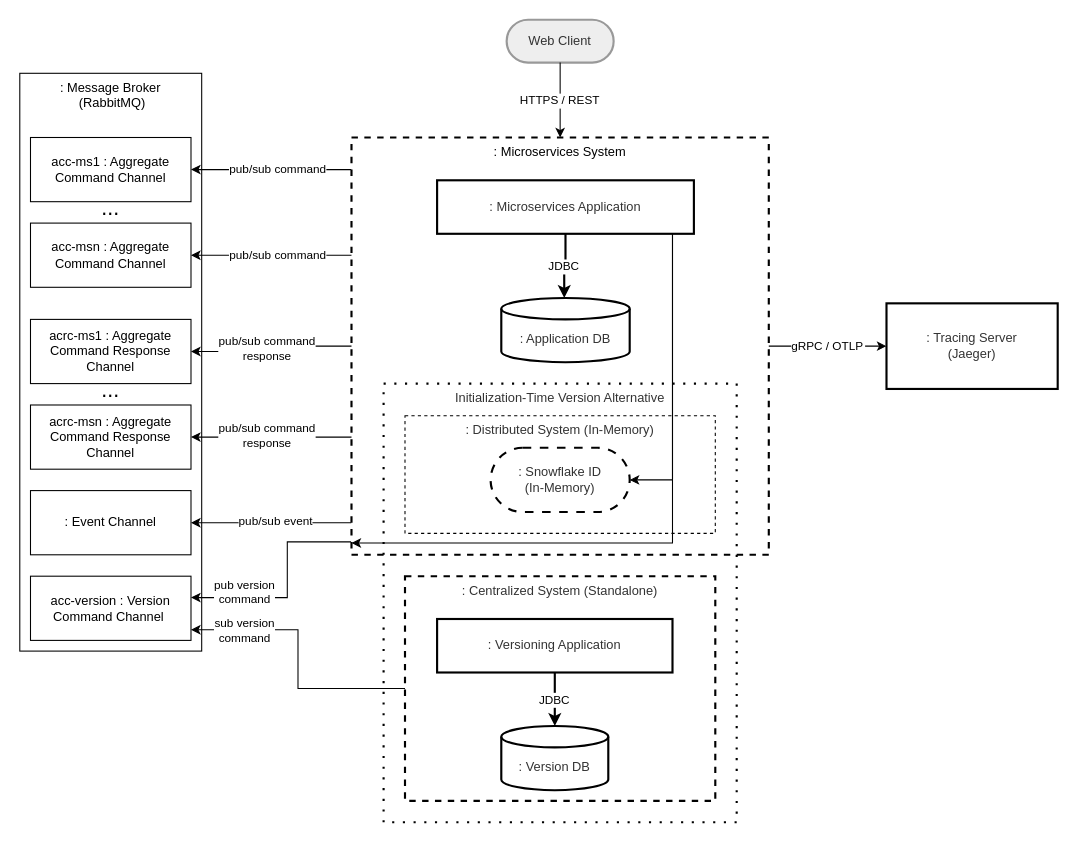
The draw.io diagram data/figs/architecture/topology_stream.drawio in socialsoftware/microservices-simulator, before the edit. Source tidied: cells renumbered, new cells numbered last; positions are measured from the earlier drawing's top-left corner, leaving out a move shared by most shapes. Both pictures are drawn from the tidied source at 107%, with x=0, y=0 at pixel (19, 19).
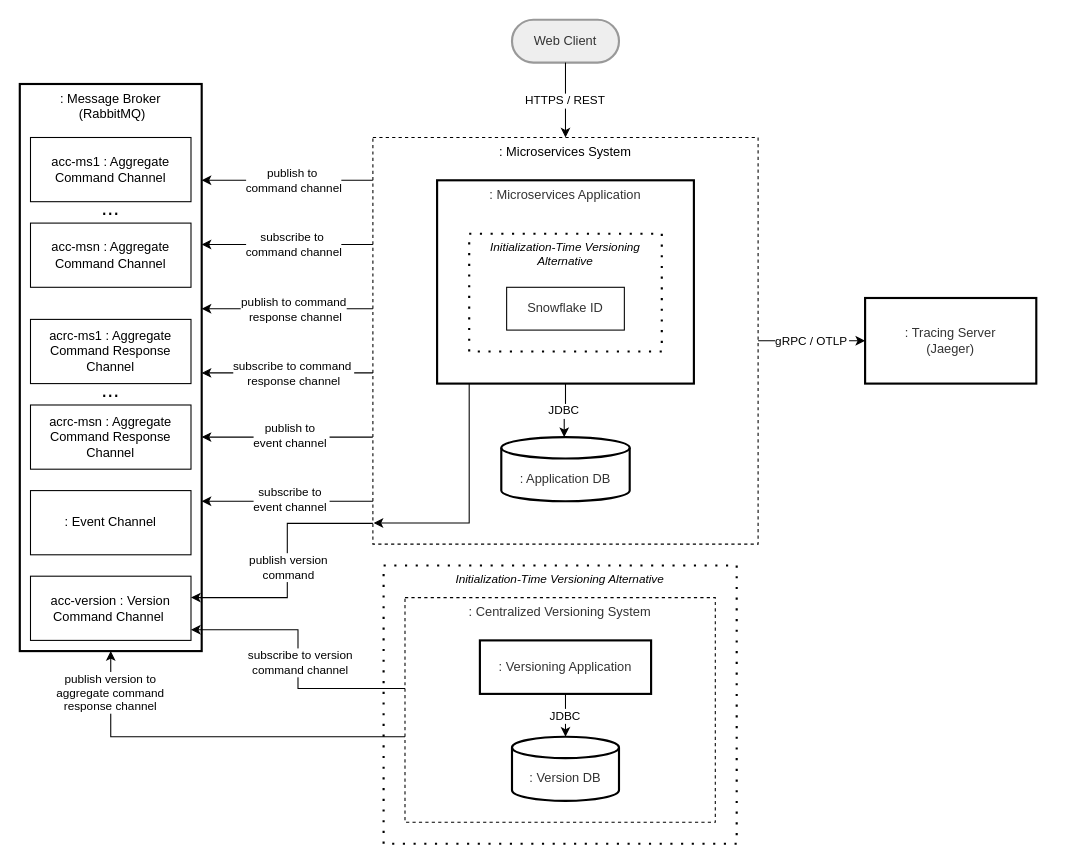
The same diagram, later.

Unchanged cells that the change refers to:
```xml
<mxCell id="10" style="edgeStyle=orthogonalEdgeStyle;rounded=0;jettySize=auto;html=1;endArrow=classic;endFill=1;" parent="1" edge="1" source="12" target="27">
  <mxGeometry relative="1" as="geometry">
    <Array as="points">
      <mxPoint x="260" y="625" />
      <mxPoint x="260" y="570" />
    </Array>
  </mxGeometry>
</mxCell>
<mxCell id="25" value="acc-ms1 : Aggregate Command Channel" style="whiteSpace=wrap;html=1;" parent="1" vertex="1">
  <mxGeometry x="10" y="110" width="150" height="60" as="geometry" />
</mxCell>
<mxCell id="26" value="acrc-ms1 : Aggregate Command Response Channel" style="whiteSpace=wrap;html=1;" parent="1" vertex="1">
  <mxGeometry x="10" y="280" width="150" height="60" as="geometry" />
</mxCell>
<mxCell id="27" value="acc-version : Version&lt;div&gt;&lt;span style=&quot;background-color: transparent; color: light-dark(rgb(0, 0, 0), rgb(255, 255, 255));&quot;&gt;Command Channel&amp;nbsp;&lt;/span&gt;&lt;/div&gt;" style="whiteSpace=wrap;html=1;" parent="1" vertex="1">
  <mxGeometry x="10" y="520" width="150" height="60" as="geometry" />
</mxCell>
<mxCell id="28" value=": Event Channel" style="whiteSpace=wrap;html=1;" parent="1" vertex="1">
  <mxGeometry x="10" y="440" width="150" height="60" as="geometry" />
</mxCell>
<mxCell id="29" value="acc-msn : Aggregate Command Channel" style="whiteSpace=wrap;html=1;" parent="1" vertex="1">
  <mxGeometry x="10" y="190" width="150" height="60" as="geometry" />
</mxCell>
<mxCell id="32" value="acrc-msn : Aggregate Command Response Channel" style="whiteSpace=wrap;html=1;" parent="1" vertex="1">
  <mxGeometry x="10" y="360" width="150" height="60" as="geometry" />
</mxCell>
```

What changed in the source:
```diff
@@
-<mxGraphModel>
+<mxGraphModel background="#ffffff">
@@
+    <mxCell id="43" value="Initialization-Time Versioning Alternative" style="whiteSpace=wrap;strokeWidth=2;dashed=1;verticalAlign=top;dashPattern=1 4;fontStyle=2;fontSize=11;" parent="1" vertex="1">
+      <mxGeometry x="340" y="510" width="330" height="260" as="geometry" />
+    </mxCell>
-    <mxCell id="2" value=": Message Broker&lt;div&gt;&amp;nbsp;(RabbitMQ)&lt;/div&gt;" style="whiteSpace=wrap;html=1;verticalAlign=top;" parent="1" vertex="1">
-      <mxGeometry y="50" width="170" height="540" as="geometry" />
+    <mxCell id="2" value=": Message Broker&lt;div&gt;&amp;nbsp;(RabbitMQ)&lt;/div&gt;" style="whiteSpace=wrap;html=1;verticalAlign=top;strokeWidth=2;" parent="1" vertex="1">
+      <mxGeometry y="60" width="170" height="530" as="geometry" />
     </mxCell>
-    <mxCell id="3" style="edgeStyle=orthogonalEdgeStyle;rounded=0;jettySize=auto;html=1;endArrow=classic;endFill=1;" parent="1" edge="1" source="7" target="25">
+    <mxCell id="3" style="edgeStyle=orthogonalEdgeStyle;rounded=0;jettySize=auto;html=1;endArrow=classic;endFill=1;" parent="1" edge="1" source="7" target="2">
       <mxGeometry relative="1" as="geometry">
         <Array as="points">
-          <mxPoint x="290" y="140" />
-          <mxPoint x="290" y="140" />
+          <mxPoint x="200" y="150" />
+          <mxPoint x="200" y="150" />
         </Array>
       </mxGeometry>
     </mxCell>
-    <mxCell id="4" value="pub/sub command" style="edgeLabel;html=1;align=center;verticalAlign=middle;" parent="3" vertex="1">
+    <mxCell id="4" value="publish to&amp;nbsp;&lt;div&gt;command channel&lt;/div&gt;" style="edgeLabel;html=1;align=center;verticalAlign=middle;" parent="3" vertex="1">
       <mxGeometry relative="1" as="geometry">
         <mxPoint x="5" y="-1" as="offset" />
       </mxGeometry>
     </mxCell>
-    <mxCell id="5" style="edgeStyle=orthogonalEdgeStyle;rounded=0;jettySize=auto;html=1;endArrow=classic;endFill=1;" parent="1" edge="1" source="7" target="28">
+    <mxCell id="5" style="edgeStyle=orthogonalEdgeStyle;rounded=0;jettySize=auto;html=1;endArrow=classic;endFill=1;" parent="1" edge="1" source="7" target="2">
       <mxGeometry relative="1" as="geometry">
         <Array as="points">
-          <mxPoint x="290" y="470" />
-          <mxPoint x="290" y="470" />
+          <mxPoint x="250" y="390" />
+          <mxPoint x="250" y="390" />
         </Array>
       </mxGeometry>
     </mxCell>
-    <mxCell id="6" value="pub/sub event" style="edgeLabel;html=1;align=center;verticalAlign=middle;" parent="5" vertex="1">
+    <mxCell id="6" value="publish to&amp;nbsp;&lt;div&gt;event channel&amp;nbsp;&lt;/div&gt;" style="edgeLabel;html=1;align=center;verticalAlign=middle;" parent="5" vertex="1">
       <mxGeometry x="0.13" y="-2" relative="1" as="geometry">
         <mxPoint x="13" as="offset" />
       </mxGeometry>
     </mxCell>
-    <mxCell id="7" value=": Microservices System" style="whiteSpace=wrap;strokeWidth=2;verticalAlign=top;dashed=1;" parent="1" vertex="1">
-      <mxGeometry x="310" y="110" width="390" height="390" as="geometry" />
+    <mxCell id="7" value=": Microservices System" style="whiteSpace=wrap;strokeWidth=1;verticalAlign=top;dashed=1;" parent="1" vertex="1">
+      <mxGeometry x="330" y="110" width="360" height="380" as="geometry" />
     </mxCell>
-    <mxCell id="8" value="Initialization-Time Version Alternative" style="whiteSpace=wrap;strokeWidth=2;fillColor=none;strokeColor=#000000;fontColor=light-dark(#333333,#cccccc);dashed=1;verticalAlign=top;dashPattern=1 4;" parent="1" vertex="1">
-      <mxGeometry x="340" y="340" width="330" height="410" as="geometry" />
-    </mxCell>
-    <mxCell id="9" value=": Distributed System (In-Memory)" style="whiteSpace=wrap;strokeWidth=1;verticalAlign=top;fillColor=none;strokeColor=#000000;fontColor=light-dark(#333333,#cccccc);dashed=1;dashPattern=3 3;" parent="1" vertex="1">
-      <mxGeometry x="360" y="370" width="290" height="110" as="geometry" />
-    </mxCell>
@@
-    <mxCell id="11" value="sub version&lt;div&gt;command&lt;/div&gt;" style="edgeLabel;html=1;align=center;verticalAlign=middle;" parent="10" vertex="1">
+    <mxCell id="11" value="subscribe to version&lt;div&gt;command channel&lt;/div&gt;" style="edgeLabel;html=1;align=center;verticalAlign=middle;" parent="10" vertex="1">
       <mxGeometry x="0.65" y="-3" relative="1" as="geometry">
-        <mxPoint x="4" y="3" as="offset" />
+        <mxPoint x="56" y="33" as="offset" />
       </mxGeometry>
     </mxCell>
+    <mxCell id="44" style="edgeStyle=orthogonalEdgeStyle;rounded=0;jettySize=auto;html=1;" parent="1" edge="1" source="12" target="2">
+      <mxGeometry relative="1" as="geometry">
+        <Array as="points">
+          <mxPoint x="85" y="670" />
+        </Array>
+      </mxGeometry>
+    </mxCell>
+    <mxCell id="45" value="publish version to&amp;nbsp;&lt;div&gt;aggregate command&amp;nbsp;&lt;/div&gt;&lt;div&gt;response channel&amp;nbsp;&lt;/div&gt;" style="edgeLabel;html=1;align=center;verticalAlign=middle;" parent="44" vertex="1">
+      <mxGeometry x="0.84" relative="1" as="geometry">
+        <mxPoint y="10" as="offset" />
+      </mxGeometry>
+    </mxCell>
-    <mxCell id="12" value=": Centralized System (Standalone)" style="whiteSpace=wrap;strokeWidth=2;verticalAlign=top;fillColor=default;strokeColor=#000000;fontColor=light-dark(#333333,#cccccc);dashed=1;dashPattern=3 3;" parent="1" vertex="1">
-      <mxGeometry x="360" y="520" width="290" height="210" as="geometry" />
+    <mxCell id="12" value=": Centralized Versioning System" style="whiteSpace=wrap;strokeWidth=1;verticalAlign=top;fillColor=default;strokeColor=#000000;fontColor=light-dark(#333333,#cccccc);dashed=1;dashPattern=3 3;" parent="1" vertex="1">
+      <mxGeometry x="360" y="540" width="290" height="210" as="geometry" />
     </mxCell>
     <mxCell id="13" value="Web Client" style="rounded=1;whiteSpace=wrap;arcSize=50;strokeWidth=2;fillColor=light-dark(#eeeeee,#1f2020);strokeColor=light-dark(#999999,#cccccc);fontColor=light-dark(#333333,#cccccc);" parent="1" vertex="1">
-      <mxGeometry x="455" width="100" height="40" as="geometry" />
+      <mxGeometry x="460" width="100" height="40" as="geometry" />
     </mxCell>
-    <mxCell id="14" value=": Snowflake ID&#10;(In-Memory)" style="rounded=1;whiteSpace=wrap;arcSize=50;strokeWidth=2;fillColor=#ffffff;strokeColor=#000000;fontColor=light-dark(#333333,#cccccc);dashed=1;dashPattern=4 4;" parent="1" vertex="1">
-      <mxGeometry x="440" y="400" width="130" height="60" as="geometry" />
-    </mxCell>
     <mxCell id="15" value=": Tracing Server&#10;(Jaeger)" style="whiteSpace=wrap;strokeWidth=2;fillColor=#ffffff;strokeColor=#000000;fontColor=light-dark(#333333,#cccccc);" parent="1" vertex="1">
-      <mxGeometry x="810" y="265" width="160" height="80" as="geometry" />
+      <mxGeometry x="790" y="260" width="160" height="80" as="geometry" />
     </mxCell>
@@
     <mxCell id="18" value=": Versioning Application" style="whiteSpace=wrap;strokeWidth=2;fillColor=#ffffff;strokeColor=#000000;fontColor=light-dark(#333333,#cccccc);" parent="1" vertex="1">
-      <mxGeometry x="390" y="560" width="220" height="50" as="geometry" />
+      <mxGeometry x="430" y="580" width="160" height="50" as="geometry" />
     </mxCell>
     <mxCell id="19" value=": Version DB" style="shape=cylinder3;boundedLbl=1;backgroundOutline=1;size=10;strokeWidth=2;whiteSpace=wrap;fillColor=#ffffff;strokeColor=#000000;fontColor=light-dark(#333333,#cccccc);" parent="1" vertex="1">
-      <mxGeometry x="450" y="660" width="100" height="60" as="geometry" />
+      <mxGeometry x="460" y="670" width="100" height="60" as="geometry" />
     </mxCell>
-    <mxCell id="20" value="JDBC" style="startArrow=none;endArrow=classic;strokeWidth=2;exitX=0.5;exitY=0.99;entryX=0.5;entryY=-0.01;rounded=0;edgeStyle=orthogonalEdgeStyle;endFill=1;" parent="1" edge="1" source="18" target="19">
+    <mxCell id="20" value="JDBC" style="startArrow=none;endArrow=classic;strokeWidth=1;exitX=0.5;exitY=0.99;entryX=0.5;entryY=-0.01;rounded=0;edgeStyle=orthogonalEdgeStyle;endFill=1;" parent="1" edge="1" source="18" target="19">
       <mxGeometry relative="1" as="geometry" />
     </mxCell>
-    <mxCell id="21" style="edgeStyle=orthogonalEdgeStyle;rounded=0;jettySize=auto;html=1;endArrow=classic;endFill=1;" parent="1" edge="1" source="22" target="14">
-      <mxGeometry relative="1" as="geometry">
-        <Array as="points">
-          <mxPoint x="610" y="430" />
-        </Array>
-      </mxGeometry>
-    </mxCell>
-    <mxCell id="22" value=": Microservices Application" style="whiteSpace=wrap;strokeWidth=2;fillColor=#ffffff;strokeColor=#000000;fontColor=light-dark(#333333,#cccccc);" parent="1" vertex="1">
-      <mxGeometry x="390" y="150" width="240" height="50" as="geometry" />
+    <mxCell id="22" value=": Microservices Application" style="whiteSpace=wrap;strokeWidth=2;fillColor=#ffffff;strokeColor=#000000;fontColor=light-dark(#333333,#cccccc);verticalAlign=top;" parent="1" vertex="1">
+      <mxGeometry x="390" y="150" width="240" height="190" as="geometry" />
     </mxCell>
     <mxCell id="23" value=": Application DB" style="shape=cylinder3;boundedLbl=1;backgroundOutline=1;size=10;strokeWidth=2;whiteSpace=wrap;fillColor=#ffffff;strokeColor=#000000;fontColor=light-dark(#333333,#cccccc);" parent="1" vertex="1">
-      <mxGeometry x="450" y="260" width="120" height="60" as="geometry" />
+      <mxGeometry x="450" y="390" width="120" height="60" as="geometry" />
     </mxCell>
-    <mxCell id="24" value="JDBC" style="startArrow=none;endArrow=classic;strokeWidth=2;exitX=0.5;exitY=0.99;entryX=0.49;entryY=-0.01;rounded=0;edgeStyle=orthogonalEdgeStyle;endFill=1;" parent="1" edge="1" source="22" target="23">
+    <mxCell id="24" value="JDBC" style="startArrow=none;endArrow=classic;strokeWidth=1;exitX=0.5;exitY=0.99;entryX=0.49;entryY=-0.01;rounded=0;edgeStyle=orthogonalEdgeStyle;endFill=1;" parent="1" edge="1" source="22" target="23">
       <mxGeometry relative="1" as="geometry" />
     </mxCell>
@@
-    <mxCell id="31" style="edgeStyle=orthogonalEdgeStyle;rounded=0;jettySize=auto;html=1;endArrow=classic;endFill=1;" parent="1" edge="1" source="22">
+    <mxCell id="31" style="edgeStyle=orthogonalEdgeStyle;rounded=0;jettySize=auto;html=1;endArrow=classic;endFill=1;entryX=0.002;entryY=0.948;entryDx=0;entryDy=0;entryPerimeter=0;" parent="1" edge="1" source="22" target="7">
       <mxGeometry relative="1" as="geometry">
-        <mxPoint x="310" y="489" as="targetPoint" />
         <Array as="points">
-          <mxPoint x="610" y="489" />
+          <mxPoint x="420" y="470" />
         </Array>
       </mxGeometry>
     </mxCell>
@@
-    <mxCell id="35" style="edgeStyle=orthogonalEdgeStyle;rounded=0;jettySize=auto;html=1;endArrow=classic;endFill=1;" parent="1" edge="1" source="7" target="26">
-      <mxGeometry relative="1" as="geometry" />
+    <mxCell id="35" style="edgeStyle=orthogonalEdgeStyle;rounded=0;jettySize=auto;html=1;endArrow=classic;endFill=1;" parent="1" edge="1" source="7" target="2">
+      <mxGeometry relative="1" as="geometry">
+        <Array as="points">
+          <mxPoint x="250" y="270" />
+          <mxPoint x="250" y="270" />
+        </Array>
+      </mxGeometry>
     </mxCell>
-    <mxCell id="36" value="pub/sub command&lt;div&gt;response&lt;/div&gt;" style="edgeLabel;html=1;align=center;verticalAlign=middle;" parent="35" vertex="1">
+    <mxCell id="36" value="publish to command&lt;div&gt;&amp;nbsp;response channel&lt;/div&gt;" style="edgeLabel;html=1;align=center;verticalAlign=middle;" parent="35" vertex="1">
       <mxGeometry relative="1" as="geometry">
-        <mxPoint x="-5" y="-2" as="offset" />
+        <mxPoint x="5" as="offset" />
       </mxGeometry>
     </mxCell>
-    <mxCell id="37" style="edgeStyle=orthogonalEdgeStyle;rounded=0;jettySize=auto;html=1;endArrow=classic;endFill=1;" parent="1" edge="1" source="7" target="29">
+    <mxCell id="37" style="edgeStyle=orthogonalEdgeStyle;rounded=0;jettySize=auto;html=1;endArrow=classic;endFill=1;" parent="1" edge="1" source="7" target="2">
       <mxGeometry relative="1" as="geometry">
         <Array as="points">
-          <mxPoint x="270" y="220" />
-          <mxPoint x="270" y="220" />
+          <mxPoint x="260" y="210" />
+          <mxPoint x="260" y="210" />
         </Array>
       </mxGeometry>
     </mxCell>
-    <mxCell id="38" value="pub/sub command" style="edgeLabel;html=1;align=center;verticalAlign=middle;" parent="37" vertex="1">
+    <mxCell id="38" value="subscribe to&amp;nbsp;&lt;div&gt;command channel&lt;/div&gt;" style="edgeLabel;html=1;align=center;verticalAlign=middle;" parent="37" vertex="1">
       <mxGeometry relative="1" as="geometry">
         <mxPoint x="5" y="-1" as="offset" />
       </mxGeometry>
     </mxCell>
-    <mxCell id="39" style="edgeStyle=orthogonalEdgeStyle;rounded=0;jettySize=auto;html=1;endArrow=classic;endFill=1;" parent="1" edge="1" source="7" target="32">
+    <mxCell id="39" style="edgeStyle=orthogonalEdgeStyle;rounded=0;jettySize=auto;html=1;endArrow=classic;endFill=1;" parent="1" edge="1" source="7" target="2">
       <mxGeometry relative="1" as="geometry">
         <Array as="points">
-          <mxPoint x="270" y="390" />
-          <mxPoint x="270" y="390" />
+          <mxPoint x="250" y="330" />
+          <mxPoint x="250" y="330" />
         </Array>
       </mxGeometry>
     </mxCell>
-    <mxCell id="40" value="pub/sub command&lt;div&gt;response&lt;/div&gt;" style="edgeLabel;html=1;align=center;verticalAlign=middle;" parent="39" vertex="1">
+    <mxCell id="40" value="subscribe to command&amp;nbsp;&lt;div&gt;response channel&lt;/div&gt;" style="edgeLabel;html=1;align=center;verticalAlign=middle;" parent="39" vertex="1">
       <mxGeometry relative="1" as="geometry">
-        <mxPoint x="-5" y="-2" as="offset" />
+        <mxPoint x="5" as="offset" />
       </mxGeometry>
     </mxCell>
-    <mxCell id="41" style="edgeStyle=orthogonalEdgeStyle;rounded=0;jettySize=auto;html=1;exitX=-0.001;exitY=0.969;exitDx=0;exitDy=0;exitPerimeter=0;endArrow=classic;endFill=1;" parent="1" edge="1" source="7" target="27">
+    <mxCell id="41" style="edgeStyle=orthogonalEdgeStyle;rounded=0;jettySize=auto;html=1;exitX=0;exitY=0.949;exitDx=0;exitDy=0;exitPerimeter=0;endArrow=classic;endFill=1;" parent="1" edge="1" source="7" target="27">
       <mxGeometry relative="1" as="geometry">
         <Array as="points">
-          <mxPoint x="250" y="488" />
+          <mxPoint x="250" y="471" />
           <mxPoint x="250" y="540" />
         </Array>
       </mxGeometry>
     </mxCell>
-    <mxCell id="42" value="pub version&lt;div&gt;command&lt;/div&gt;" style="edgeLabel;html=1;align=center;verticalAlign=middle;" parent="41" vertex="1">
+    <mxCell id="42" value="publish version&lt;div&gt;command&lt;/div&gt;" style="edgeLabel;html=1;align=center;verticalAlign=middle;" parent="41" vertex="1">
       <mxGeometry x="0.13" y="-2" relative="1" as="geometry">
-        <mxPoint x="-38" y="-4" as="offset" />
+        <mxPoint x="2" y="-14" as="offset" />
       </mxGeometry>
     </mxCell>
+    <mxCell id="8" value="Initialization-Time Versioning Alternative" style="whiteSpace=wrap;strokeWidth=2;dashed=1;verticalAlign=top;dashPattern=1 4;fontStyle=2;fontSize=11;" parent="1" vertex="1">
+      <mxGeometry x="420" y="200" width="180" height="110" as="geometry" />
+    </mxCell>
+    <mxCell id="14" value="Snowflake ID" style="whiteSpace=wrap;strokeWidth=1;fillColor=#ffffff;strokeColor=#000000;fontColor=light-dark(#333333,#cccccc);" parent="1" vertex="1">
+      <mxGeometry x="455" y="250" width="110" height="40" as="geometry" />
+    </mxCell>
+    <mxCell id="46" style="edgeStyle=orthogonalEdgeStyle;rounded=0;jettySize=auto;html=1;endArrow=classic;endFill=1;" parent="1" edge="1" source="7" target="2">
+      <mxGeometry relative="1" as="geometry">
+        <Array as="points">
+          <mxPoint x="250" y="450" />
+          <mxPoint x="250" y="450" />
+        </Array>
+      </mxGeometry>
+    </mxCell>
+    <mxCell id="47" value="subscribe to&amp;nbsp;&lt;div&gt;event channel&amp;nbsp;&lt;/div&gt;" style="edgeLabel;html=1;align=center;verticalAlign=middle;" parent="46" vertex="1">
+      <mxGeometry x="0.13" y="-2" relative="1" as="geometry">
+        <mxPoint x="13" as="offset" />
+      </mxGeometry>
+    </mxCell>
```
